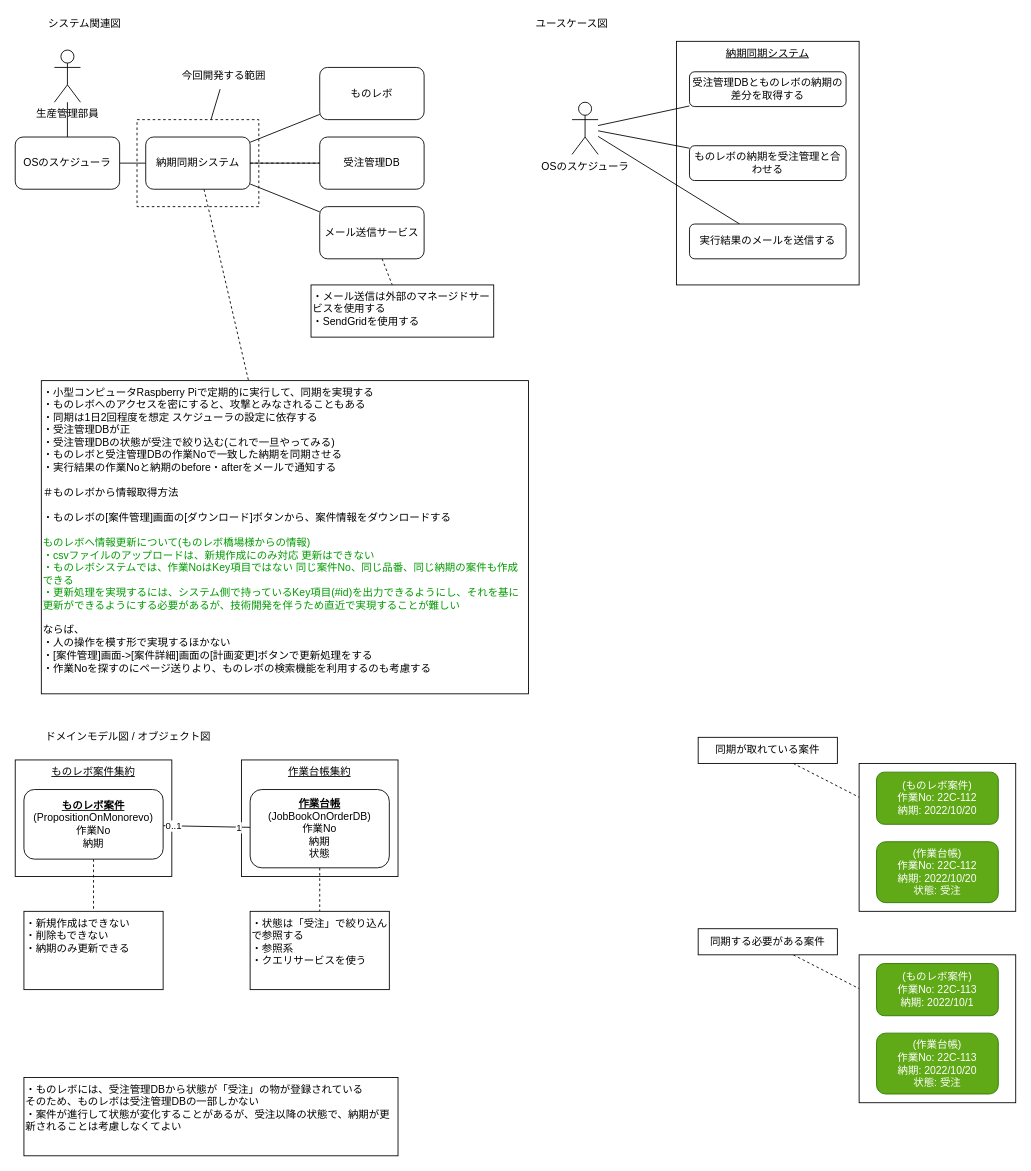
Before: Diagrams/sudoDiagram.drawio in Matazoro-Kemtari/SynchronizeMonorevoDeliveryDates, a draw.io diagram. Source tidied: cells renumbered, new cells numbered last; positions are measured from the earlier drawing's top-left corner, leaving out a move shared by most shapes. Both pictures are drawn from the tidied source at 87%, with x=0, y=0 at pixel (15, 15).
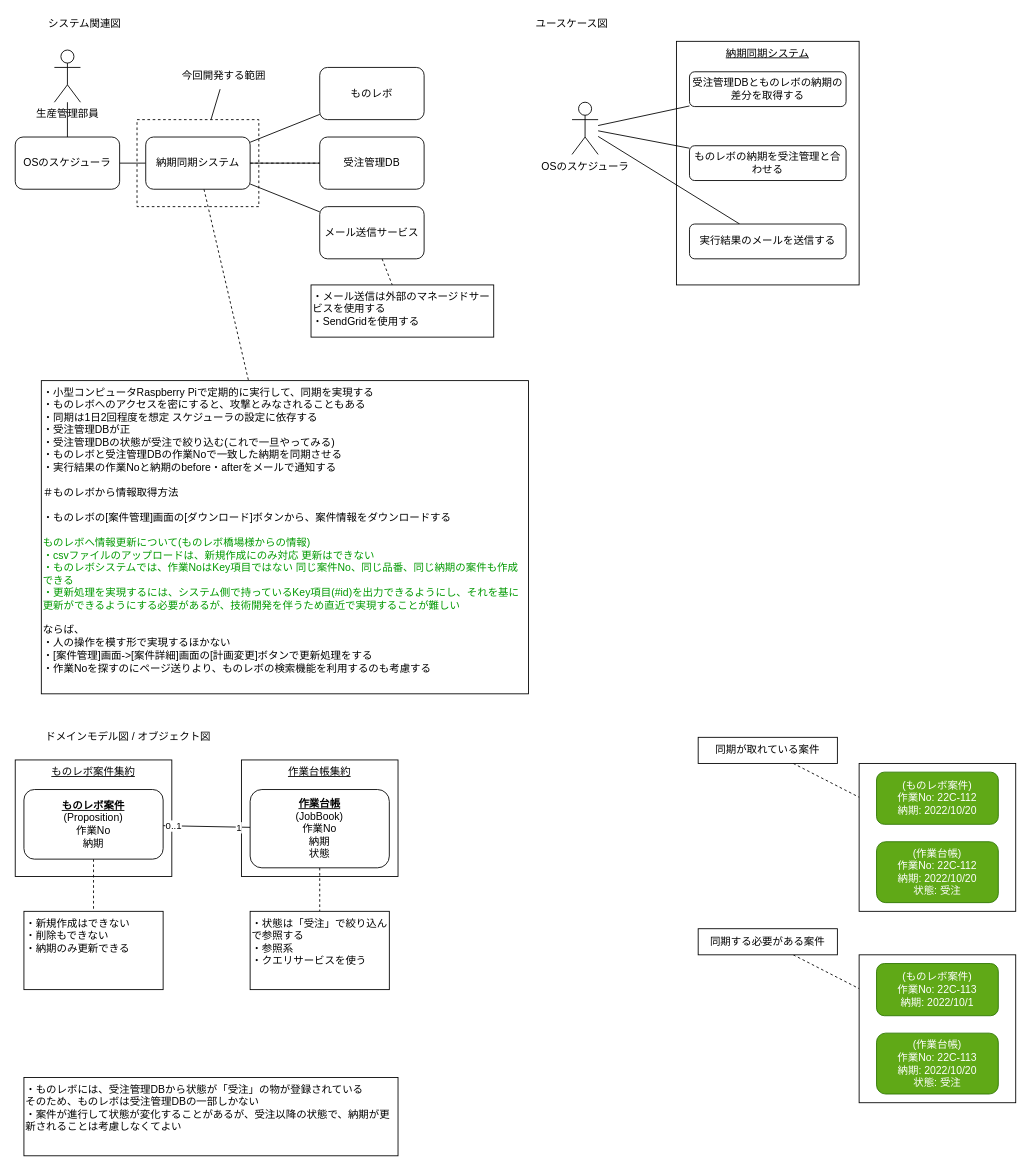
The same page after the edit.

Change to the diagram source:
```diff
@@
-    <mxCell id="41" value="&lt;u&gt;&lt;b&gt;ものレボ案件&lt;br&gt;&lt;/b&gt;&lt;/u&gt;(PropositionOnMonorevo)&lt;br&gt;作業No&lt;br&gt;納期" style="rounded=1;whiteSpace=wrap;html=1;verticalAlign=middle;align=center;" parent="1" vertex="1">
+    <mxCell id="41" value="&lt;u&gt;&lt;b&gt;ものレボ案件&lt;br&gt;&lt;/b&gt;&lt;/u&gt;(Proposition)&lt;br&gt;作業No&lt;br&gt;納期" style="rounded=1;whiteSpace=wrap;html=1;verticalAlign=middle;align=center;" parent="1" vertex="1">
       <mxGeometry x="10" y="890" width="160" height="80" as="geometry" />
     </mxCell>
@@
-    <mxCell id="43" value="&lt;u&gt;&lt;b&gt;作業台帳&lt;br&gt;&lt;/b&gt;&lt;/u&gt;(JobBookOnOrderDB)&lt;br&gt;作業No&lt;br&gt;納期&lt;br&gt;状態" style="rounded=1;whiteSpace=wrap;html=1;verticalAlign=middle;align=center;" parent="1" vertex="1">
+    <mxCell id="43" value="&lt;u&gt;&lt;b&gt;作業台帳&lt;br&gt;&lt;/b&gt;&lt;/u&gt;(JobBook)&lt;br&gt;作業No&lt;br&gt;納期&lt;br&gt;状態" style="rounded=1;whiteSpace=wrap;html=1;verticalAlign=middle;align=center;" parent="1" vertex="1">
       <mxGeometry x="270" y="890" width="160" height="90" as="geometry" />
     </mxCell>
```
